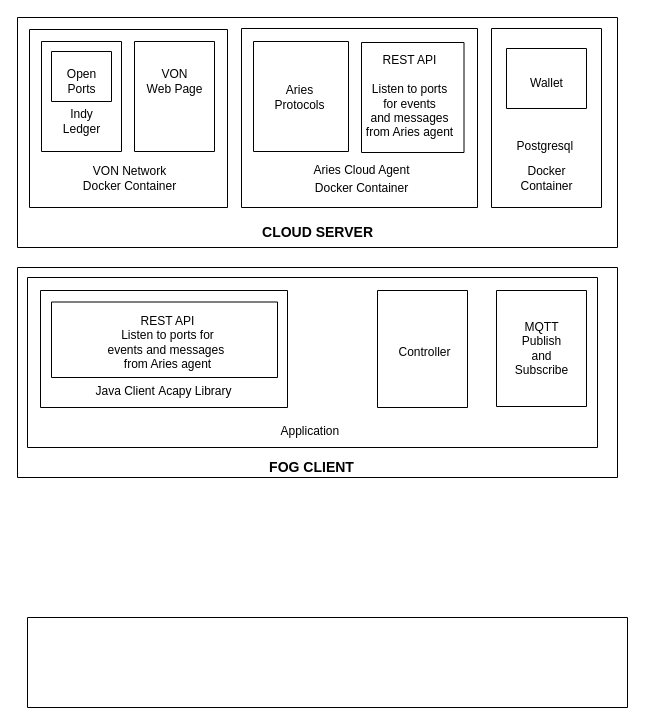
Earlier version of the draw.io diagram diagrams/Diagrama sem nome.drawio (cristiandossantos/diagrams). Source tidied: cells renumbered, new cells numbered last; positions are measured from the earlier drawing's top-left corner, leaving out a move shared by most shapes. Both pictures are drawn from the tidied source at 100%, with x=0, y=0 at pixel (17, 17).
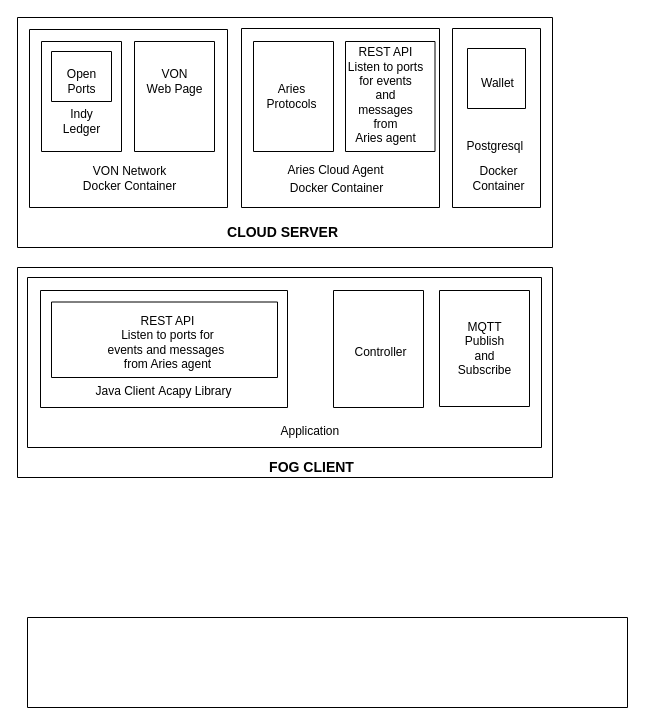
The same page after the edit.

What changed in the source:
```diff
@@
     <mxCell id="2" style="swimlane;startSize=0;" parent="1" vertex="1">
-      <mxGeometry width="600" height="230" as="geometry" />
+      <mxGeometry width="535" height="230" as="geometry" />
     </mxCell>
@@
     <mxCell id="10" style="swimlane;startSize=0;" parent="2" vertex="1">
-      <mxGeometry x="224" y="11" width="236" height="179" as="geometry" />
+      <mxGeometry x="224" y="11" width="198" height="179" as="geometry" />
     </mxCell>
     <mxCell id="11" style="swimlane;startSize=0;" parent="10" vertex="1">
-      <mxGeometry x="12" y="13" width="95" height="110" as="geometry" />
+      <mxGeometry x="12" y="13" width="80" height="110" as="geometry" />
     </mxCell>
     <mxCell id="12" value="Aries&lt;br&gt;Protocols" style="text;html=1;align=center;verticalAlign=middle;strokeColor=none;fillColor=none;" parent="11" vertex="1">
-      <mxGeometry x="11" y="36" width="70" height="40" as="geometry" />
+      <mxGeometry x="3" y="35" width="70" height="40" as="geometry" />
     </mxCell>
     <mxCell id="13" value="Docker Container" style="text;html=1;align=center;verticalAlign=middle;strokeColor=none;fillColor=none;" parent="10" vertex="1">
-      <mxGeometry x="60" y="145" width="120" height="30" as="geometry" />
+      <mxGeometry x="35" y="145" width="120" height="30" as="geometry" />
     </mxCell>
     <mxCell id="14" value="Aries Cloud Agent" style="text;html=1;align=center;verticalAlign=middle;strokeColor=none;fillColor=none;" parent="10" vertex="1">
-      <mxGeometry x="60" y="127" width="120" height="30" as="geometry" />
+      <mxGeometry x="34" y="127" width="120" height="30" as="geometry" />
     </mxCell>
     <mxCell id="15" style="swimlane;startSize=0;" parent="10" vertex="1">
-      <mxGeometry x="120" y="14" width="102.5" height="110" as="geometry" />
+      <mxGeometry x="104" y="13" width="89.5" height="110" as="geometry" />
     </mxCell>
-    <mxCell id="16" value="REST API&lt;br&gt;&lt;br&gt;Listen to ports &lt;br&gt;for events &lt;br&gt;and messages &lt;br&gt;from Aries agent" style="text;html=1;align=center;verticalAlign=middle;strokeColor=none;fillColor=none;" parent="15" vertex="1">
-      <mxGeometry x="-7.5" y="4" width="110" height="100" as="geometry" />
+    <mxCell id="16" value="REST API&lt;br&gt;Listen to ports &lt;br&gt;for events &lt;br&gt;and &lt;br&gt;messages &lt;br&gt;from &lt;br&gt;Aries agent" style="text;html=1;align=center;verticalAlign=middle;strokeColor=none;fillColor=none;" parent="15" vertex="1">
+      <mxGeometry x="-10.5" y="-1" width="100" height="110" as="geometry" />
     </mxCell>
     <mxCell id="17" style="swimlane;startSize=0;" parent="2" vertex="1">
-      <mxGeometry x="474" y="11" width="110" height="179" as="geometry" />
+      <mxGeometry x="435" y="11" width="88" height="179" as="geometry" />
     </mxCell>
     <mxCell id="18" value="Docker&lt;br&gt;Container" style="text;html=1;align=center;verticalAlign=middle;strokeColor=none;fillColor=none;" parent="17" vertex="1">
-      <mxGeometry x="15" y="130" width="80" height="40" as="geometry" />
+      <mxGeometry x="6" y="130" width="80" height="40" as="geometry" />
     </mxCell>
     <mxCell id="19" value="Wallet" style="text;html=1;align=center;verticalAlign=middle;strokeColor=none;fillColor=none;" parent="17" vertex="1">
-      <mxGeometry x="25" y="40" width="60" height="30" as="geometry" />
+      <mxGeometry x="15" y="40" width="60" height="30" as="geometry" />
     </mxCell>
     <mxCell id="20" style="swimlane;startSize=0;" parent="17" vertex="1">
-      <mxGeometry x="15" y="20" width="80" height="60" as="geometry" />
+      <mxGeometry x="15" y="20" width="58" height="60" as="geometry" />
     </mxCell>
     <mxCell id="21" value="Postgresql&amp;nbsp;" style="text;html=1;align=center;verticalAlign=middle;strokeColor=none;fillColor=none;" parent="17" vertex="1">
-      <mxGeometry x="15" y="103" width="80" height="30" as="geometry" />
+      <mxGeometry x="4" y="103" width="80" height="30" as="geometry" />
     </mxCell>
     <mxCell id="22" value="&lt;b&gt;&lt;font style=&quot;font-size: 14px;&quot;&gt;CLOUD SERVER&lt;/font&gt;&lt;/b&gt;" style="text;html=1;align=center;verticalAlign=middle;strokeColor=none;fillColor=none;" parent="2" vertex="1">
-      <mxGeometry x="235" y="200" width="130" height="30" as="geometry" />
+      <mxGeometry x="200" y="200" width="130" height="30" as="geometry" />
     </mxCell>
@@
     <mxCell id="24" style="swimlane;startSize=0;" parent="1" vertex="1">
-      <mxGeometry y="250" width="600" height="210" as="geometry" />
+      <mxGeometry y="250" width="535" height="210" as="geometry" />
     </mxCell>
@@
     <mxCell id="26" style="swimlane;startSize=0;" parent="24" vertex="1">
-      <mxGeometry x="10" y="10" width="570" height="170" as="geometry" />
+      <mxGeometry x="10" y="10" width="514" height="170" as="geometry" />
     </mxCell>
@@
     <mxCell id="29" style="swimlane;startSize=0;" parent="26" vertex="1">
-      <mxGeometry x="350" y="13" width="90" height="117" as="geometry" />
+      <mxGeometry x="306" y="13" width="90" height="117" as="geometry" />
     </mxCell>
@@
     <mxCell id="31" style="swimlane;startSize=0;" parent="26" vertex="1">
-      <mxGeometry x="469" y="13" width="90" height="116" as="geometry" />
+      <mxGeometry x="412" y="13" width="90" height="116" as="geometry" />
     </mxCell>
```
